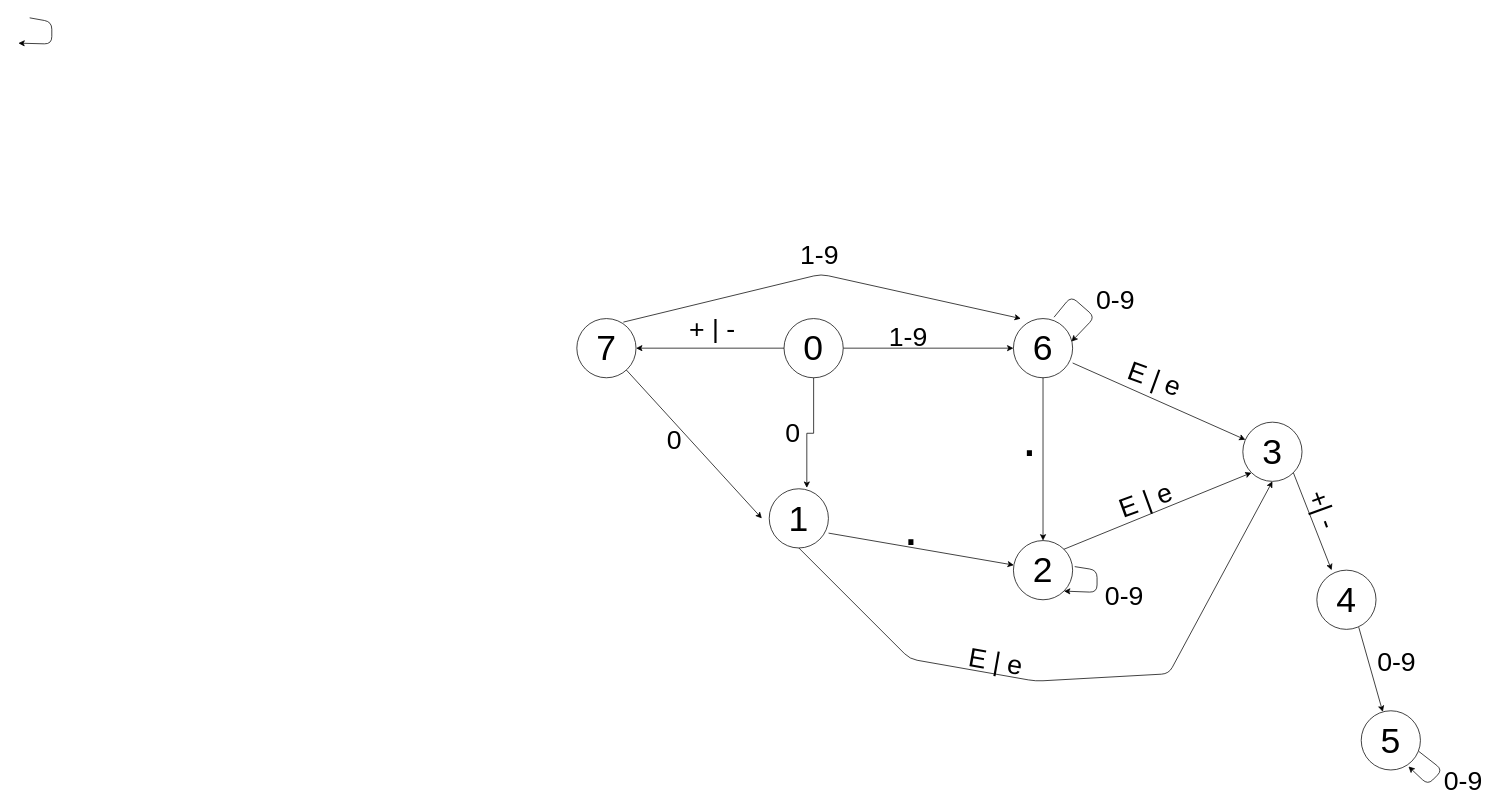
Above: labs/lab05/report/dec.drawio in ArtDu/Compiler-Theory (draw.io), before the change. Source tidied: cells renumbered, new cells numbered last; positions are measured from the earlier drawing's top-left corner, leaving out a move shared by most shapes. Both pictures are drawn from the tidied source at 74%, with x=0, y=0 at pixel (18, 18).
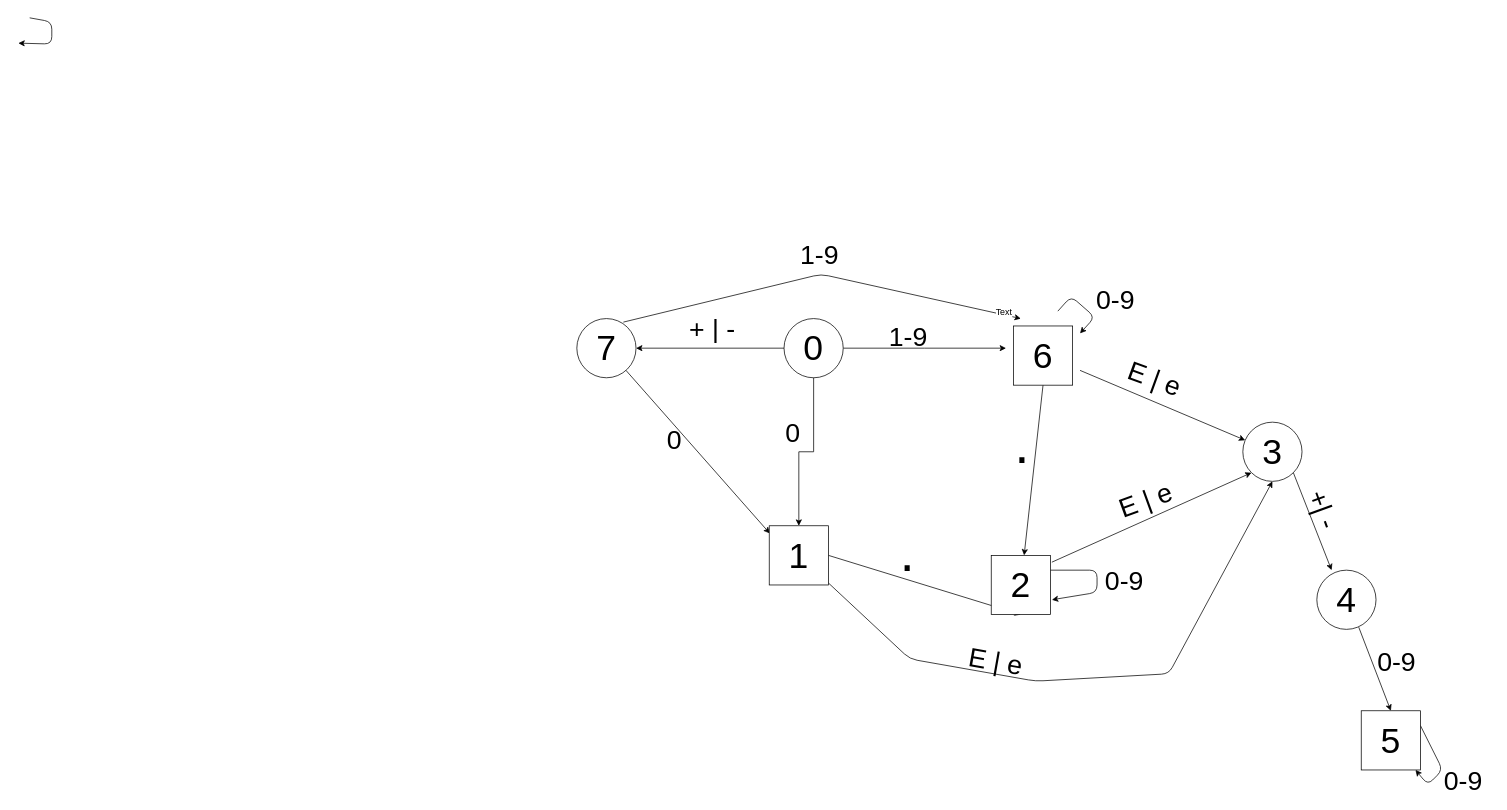
Above is the later version.

Unchanged cells that the change refers to:
```xml
<mxCell id="2" value="&lt;font style=&quot;font-size: 48px&quot;&gt;7&lt;/font&gt;" style="ellipse;whiteSpace=wrap;html=1;" parent="1" vertex="1">
  <mxGeometry x="755" y="406" width="80" height="80" as="geometry" />
</mxCell>
<mxCell id="5" value="&lt;font style=&quot;font-size: 48px&quot;&gt;0&lt;/font&gt;" style="ellipse;whiteSpace=wrap;html=1;" parent="1" vertex="1">
  <mxGeometry x="1035" y="406" width="80" height="80" as="geometry" />
</mxCell>
<mxCell id="9" value="&lt;font style=&quot;font-size: 48px&quot;&gt;3&lt;/font&gt;" style="ellipse;whiteSpace=wrap;html=1;" parent="1" vertex="1">
  <mxGeometry x="1655" y="546" width="80" height="80" as="geometry" />
</mxCell>
<mxCell id="10" value="&lt;font style=&quot;font-size: 48px&quot;&gt;4&lt;/font&gt;" style="ellipse;whiteSpace=wrap;html=1;" parent="1" vertex="1">
  <mxGeometry x="1755" y="746" width="80" height="80" as="geometry" />
</mxCell>
<mxCell id="17" style="endArrow=classic;html=1;exitX=0.786;exitY=0.06;exitDx=0;exitDy=0;exitPerimeter=0;" parent="1" edge="1" source="2">
  <mxGeometry relative="1" as="geometry">
    <mxPoint x="1355" y="406" as="targetPoint" />
    <Array as="points">
      <mxPoint x="1085" y="346" />
    </Array>
  </mxGeometry>
</mxCell>
```

What changed in the source:
```diff
@@
-    <mxCell id="4" style="edgeStyle=orthogonalEdgeStyle;rounded=0;jettySize=auto;html=1;" parent="1" edge="1" source="5" target="7">
-      <mxGeometry relative="1" as="geometry" />
+    <mxCell id="4" style="edgeStyle=orthogonalEdgeStyle;rounded=0;jettySize=auto;html=1;" parent="1" edge="1" source="5">
+      <mxGeometry relative="1" as="geometry">
+        <mxPoint x="1335" y="446" as="targetPoint" />
+      </mxGeometry>
     </mxCell>
@@
-    <mxCell id="6" value="&lt;font style=&quot;font-size: 48px&quot;&gt;1&lt;/font&gt;" style="ellipse;whiteSpace=wrap;html=1;" parent="1" vertex="1">
-      <mxGeometry x="1015" y="636" width="80" height="80" as="geometry" />
-    </mxCell>
-    <mxCell id="7" value="&lt;font style=&quot;font-size: 48px&quot;&gt;6&lt;/font&gt;" style="ellipse;whiteSpace=wrap;html=1;" parent="1" vertex="1">
-      <mxGeometry x="1345" y="406" width="80" height="80" as="geometry" />
-    </mxCell>
-    <mxCell id="8" value="&lt;font style=&quot;font-size: 48px&quot;&gt;2&lt;/font&gt;" style="ellipse;whiteSpace=wrap;html=1;" parent="1" vertex="1">
-      <mxGeometry x="1345" y="706" width="80" height="80" as="geometry" />
-    </mxCell>
@@
-    <mxCell id="11" value="&lt;font style=&quot;font-size: 48px&quot;&gt;5&lt;/font&gt;" style="ellipse;whiteSpace=wrap;html=1;" parent="1" vertex="1">
-      <mxGeometry x="1815" y="936" width="80" height="80" as="geometry" />
-    </mxCell>
@@
-    <mxCell id="13" style="edgeStyle=orthogonalEdgeStyle;rounded=0;jettySize=auto;html=1;entryX=0.635;entryY=-0.015;entryDx=0;entryDy=0;entryPerimeter=0;" parent="1" edge="1" source="5" target="6">
+    <mxCell id="13" style="edgeStyle=orthogonalEdgeStyle;rounded=0;jettySize=auto;html=1;" parent="1" edge="1" source="5" target="6">
       <mxGeometry relative="1" as="geometry" />
     </mxCell>
@@
-    <mxCell id="15" style="endArrow=classic;html=1;" parent="1" edge="1" source="2">
-      <mxGeometry relative="1" as="geometry">
-        <mxPoint x="1005" y="676" as="targetPoint" />
-      </mxGeometry>
+    <mxCell id="15" style="endArrow=classic;html=1;entryX=0.01;entryY=0.129;entryDx=0;entryDy=0;entryPerimeter=0;" parent="1" edge="1" source="2" target="6">
+      <mxGeometry relative="1" as="geometry" />
     </mxCell>
@@
+    <mxCell id="41" value="Text" style="text;html=1;align=center;verticalAlign=middle;labelBackgroundColor=#ffffff;" parent="17" vertex="1">
+      <mxGeometry x="0.91" y="3" relative="1" as="geometry" />
+    </mxCell>
-    <mxCell id="18" style="endArrow=classic;html=1;exitX=1.002;exitY=0.749;exitDx=0;exitDy=0;exitPerimeter=0;" parent="1" edge="1" source="6" target="8">
+    <mxCell id="18" style="endArrow=classic;html=1;exitX=1;exitY=0.5;exitDx=0;exitDy=0;entryX=0.5;entryY=1;entryDx=0;entryDy=0;" parent="1" edge="1" source="6" target="8">
       <mxGeometry relative="1" as="geometry" />
     </mxCell>
-    <mxCell id="19" style="endArrow=classic;html=1;exitX=1;exitY=0.75;exitDx=0;exitDy=0;exitPerimeter=0;" parent="1" edge="1" source="7" target="9">
-      <mxGeometry relative="1" as="geometry" />
+    <mxCell id="19" style="endArrow=classic;html=1;" parent="1" edge="1" target="9">
+      <mxGeometry relative="1" as="geometry">
+        <mxPoint x="1435" y="476" as="sourcePoint" />
+      </mxGeometry>
     </mxCell>
-    <mxCell id="20" style="endArrow=classic;html=1;exitX=1;exitY=0;exitDx=0;exitDy=0;entryX=0;entryY=1;entryDx=0;entryDy=0;" parent="1" edge="1" source="8" target="9">
+    <mxCell id="20" style="endArrow=classic;html=1;exitX=1.024;exitY=0.115;exitDx=0;exitDy=0;entryX=0;entryY=1;entryDx=0;entryDy=0;exitPerimeter=0;" parent="1" edge="1" source="8" target="9">
       <mxGeometry relative="1" as="geometry" />
     </mxCell>
-    <mxCell id="21" style="endArrow=classic;html=1;exitX=0.686;exitY=-0.023;exitDx=0;exitDy=0;exitPerimeter=0;entryX=0.98;entryY=0.389;entryDx=0;entryDy=0;entryPerimeter=0;" parent="1" edge="1" source="7" target="7">
+    <mxCell id="21" style="endArrow=classic;html=1;" parent="1" edge="1">
       <mxGeometry relative="1" as="geometry">
+        <mxPoint x="1405" y="396" as="sourcePoint" />
+        <mxPoint x="1435" y="426" as="targetPoint" />
         <Array as="points">
           <mxPoint x="1423" y="376" />
           <mxPoint x="1455" y="404" />
         </Array>
       </mxGeometry>
     </mxCell>
-    <mxCell id="22" style="endArrow=classic;html=1;exitX=0.5;exitY=1;exitDx=0;exitDy=0;entryX=0.5;entryY=0;entryDx=0;entryDy=0;" parent="1" edge="1" source="7" target="8">
-      <mxGeometry relative="1" as="geometry" />
+    <mxCell id="22" style="endArrow=classic;html=1;" parent="1" edge="1" target="8">
+      <mxGeometry relative="1" as="geometry">
+        <mxPoint x="1385" y="496" as="sourcePoint" />
+      </mxGeometry>
     </mxCell>
-    <mxCell id="23" style="endArrow=classic;html=1;exitX=1.035;exitY=0.44;exitDx=0;exitDy=0;exitPerimeter=0;entryX=1;entryY=1;entryDx=0;entryDy=0;" parent="1" edge="1" source="8" target="8">
+    <mxCell id="23" style="endArrow=classic;html=1;exitX=1;exitY=0.25;exitDx=0;exitDy=0;" parent="1" edge="1" source="8">
       <mxGeometry relative="1" as="geometry">
+        <mxPoint x="1397" y="786" as="targetPoint" />
         <Array as="points">
           <mxPoint x="1458" y="746" />
           <mxPoint x="1458" y="776" />
         </Array>
       </mxGeometry>
     </mxCell>
@@
-    <mxCell id="25" style="endArrow=classic;html=1;exitX=0.5;exitY=1;exitDx=0;exitDy=0;entryX=0.5;entryY=1;entryDx=0;entryDy=0;" parent="1" edge="1" source="6" target="9">
+    <mxCell id="25" style="endArrow=classic;html=1;entryX=0.5;entryY=1;entryDx=0;entryDy=0;" parent="1" edge="1" source="6" target="9">
       <mxGeometry relative="1" as="geometry">
         <Array as="points">
           <mxPoint x="1205" y="866" />
           <mxPoint x="1375" y="896" />
           <mxPoint x="1555" y="886" />
         </Array>
       </mxGeometry>
     </mxCell>
-    <mxCell id="26" style="endArrow=classic;html=1;exitX=0.708;exitY=0.963;exitDx=0;exitDy=0;exitPerimeter=0;" parent="1" edge="1" source="10" target="11">
+    <mxCell id="26" style="endArrow=classic;html=1;exitX=0.708;exitY=0.963;exitDx=0;exitDy=0;exitPerimeter=0;entryX=0.5;entryY=0;entryDx=0;entryDy=0;" parent="1" edge="1" source="10" target="11">
       <mxGeometry relative="1" as="geometry" />
     </mxCell>
@@
-    <mxCell id="28" style="endArrow=classic;html=1;exitX=0.971;exitY=0.685;exitDx=0;exitDy=0;exitPerimeter=0;entryX=0.798;entryY=0.941;entryDx=0;entryDy=0;entryPerimeter=0;" parent="1" edge="1" source="11" target="11">
+    <mxCell id="28" style="endArrow=classic;html=1;exitX=1;exitY=0.25;exitDx=0;exitDy=0;" parent="1" edge="1" source="11" target="11">
       <mxGeometry relative="1" as="geometry">
         <Array as="points">
           <mxPoint x="1925" y="1016" />
           <mxPoint x="1905" y="1036" />
         </Array>
       </mxGeometry>
     </mxCell>
@@
     <mxCell id="31" value="&lt;font&gt;&lt;font style=&quot;font-size: 72px&quot;&gt;.&lt;br&gt;&lt;/font&gt;&lt;br&gt;&lt;/font&gt;" style="text;html=1;align=left;verticalAlign=top;spacingTop=-4;" parent="1" vertex="1">
-      <mxGeometry x="1195" y="641" width="40" height="50" as="geometry" />
+      <mxGeometry x="1190" y="676" width="40" height="50" as="geometry" />
     </mxCell>
@@
     <mxCell id="33" value="&lt;font style=&quot;font-size: 36px&quot;&gt;0-9&lt;/font&gt;" style="text;html=1;align=left;verticalAlign=top;spacingTop=-4;" parent="1" vertex="1">
-      <mxGeometry x="1467" y="756" width="70" height="20" as="geometry" />
+      <mxGeometry x="1466.5" y="736" width="70" height="20" as="geometry" />
     </mxCell>
@@
     <mxCell id="35" value="&lt;font&gt;&lt;font style=&quot;font-size: 72px&quot;&gt;.&lt;br&gt;&lt;/font&gt;&lt;br&gt;&lt;/font&gt;" style="text;html=1;align=left;verticalAlign=top;spacingTop=-4;" parent="1" vertex="1">
-      <mxGeometry x="1355" y="521" width="40" height="50" as="geometry" />
+      <mxGeometry x="1345" y="531" width="40" height="50" as="geometry" />
     </mxCell>
@@
+    <mxCell id="6" value="&lt;font style=&quot;font-size: 48px&quot;&gt;1&lt;/font&gt;" style="whiteSpace=wrap;html=1;" parent="1" vertex="1">
+      <mxGeometry x="1015" y="686" width="80" height="80" as="geometry" />
+    </mxCell>
+    <mxCell id="8" value="&lt;font style=&quot;font-size: 48px&quot;&gt;2&lt;/font&gt;" style="whiteSpace=wrap;html=1;" parent="1" vertex="1">
+      <mxGeometry x="1315" y="726" width="80" height="80" as="geometry" />
+    </mxCell>
+    <mxCell id="11" value="&lt;font style=&quot;font-size: 48px&quot;&gt;5&lt;/font&gt;" style="whiteSpace=wrap;html=1;" parent="1" vertex="1">
+      <mxGeometry x="1815" y="936" width="80" height="80" as="geometry" />
+    </mxCell>
+    <mxCell id="7" value="&lt;font style=&quot;font-size: 48px&quot;&gt;6&lt;/font&gt;" style="whiteSpace=wrap;html=1;" parent="1" vertex="1">
+      <mxGeometry x="1345" y="416" width="80" height="80" as="geometry" />
+    </mxCell>
```
